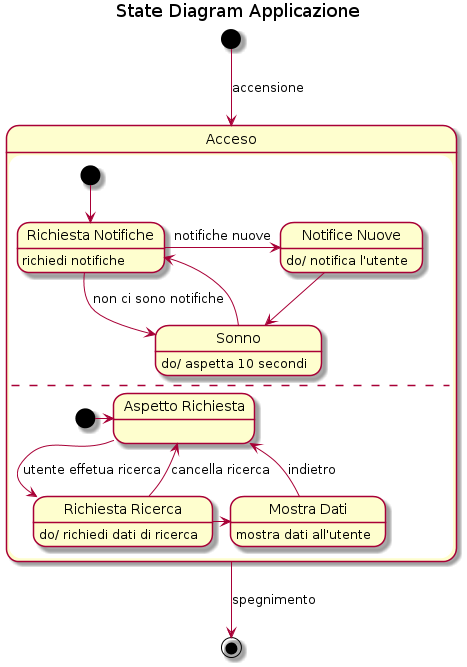
This is build/diagrams/state/applicazione.png from xFA25E/sweng_14_2019, a PlantUML export, as it was before one commit. Its diagram source:
```plantuml
@startuml
title State Diagram Applicazione

[*] --> Acceso: accensione

state Acceso {
    [*] --> RicNot
    state "Richiesta Notifiche" as RicNot
    RicNot: richiedi notifiche

    RicNot --> Sonno: non ci sono notifiche
    Sonno: do/ aspetta 10 secondi

    RicNot -right-> RicNuo: notifiche nuove
    state "Notifice Nuove" as RicNuo
    RicNuo: do/ notifica l'utente

    RicNuo --> Sonno

    Sonno --> RicNot

    --

    [*] -right-> AspRic
    state "Aspetto Richiesta" as AspRic

    AspRic --> RicRic: utente effetua ricerca
    state "Richiesta Ricerca" as RicRic
    RicRic: do/ richiedi dati di ricerca

    RicRic --> AspRic: cancella ricerca

    RicRic -right-> MoDa
    state "Mostra Dati" as MoDa
    MoDa: mostra dati all'utente

    MoDa --> AspRic: indietro
}

Acceso --> [*]: spegnimento
@enduml
```
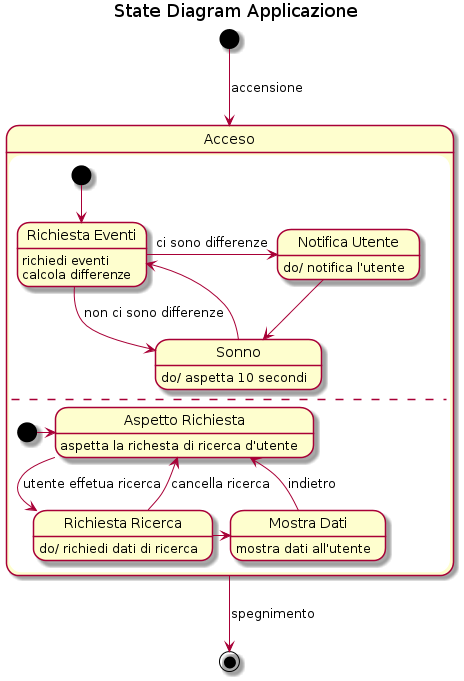
The same diagram one commit later.

Diff of the diagram source:
```diff
@@ -4,37 +4,40 @@
 [*] --> Acceso: accensione
 
 state Acceso {
-    [*] --> RicNot
-    state "Richiesta Notifiche" as RicNot
-    RicNot: richiedi notifiche
+    state "Richiesta Eventi" as RichiestaEventi
+    state "Notifica Utente" as NotificaUtente
+    state "Sonno" as Sonno
 
-    RicNot --> Sonno: non ci sono notifiche
+    [*] --> RichiestaEventi
+
+    RichiestaEventi: richiedi eventi
+    RichiestaEventi: calcola differenze
+    RichiestaEventi --> Sonno: non ci sono differenze
+    RichiestaEventi -right-> NotificaUtente: ci sono differenze
+
+    NotificaUtente: do/ notifica l'utente
+    NotificaUtente --> Sonno
+
     Sonno: do/ aspetta 10 secondi
-
-    RicNot -right-> RicNuo: notifiche nuove
-    state "Notifice Nuove" as RicNuo
-    RicNuo: do/ notifica l'utente
-
-    RicNuo --> Sonno
-
-    Sonno --> RicNot
+    Sonno --> RichiestaEventi
 
     --
 
-    [*] -right-> AspRic
-    state "Aspetto Richiesta" as AspRic
+    state "Aspetto Richiesta" as AspettoRichiesta
+    state "Richiesta Ricerca" as RichiestaRicerca
+    state "Mostra Dati" as MostraDati
 
-    AspRic --> RicRic: utente effetua ricerca
-    state "Richiesta Ricerca" as RicRic
-    RicRic: do/ richiedi dati di ricerca
+    [*] -right-> AspettoRichiesta
 
-    RicRic --> AspRic: cancella ricerca
+    AspettoRichiesta: aspetta la richesta di ricerca d'utente
+    AspettoRichiesta --> RichiestaRicerca: utente effetua ricerca
 
-    RicRic -right-> MoDa
-    state "Mostra Dati" as MoDa
-    MoDa: mostra dati all'utente
+    RichiestaRicerca: do/ richiedi dati di ricerca
+    RichiestaRicerca --> AspettoRichiesta: cancella ricerca
+    RichiestaRicerca -right-> MostraDati
 
-    MoDa --> AspRic: indietro
+    MostraDati: mostra dati all'utente
+    MostraDati --> AspettoRichiesta: indietro
 }
 
 Acceso --> [*]: spegnimento
```
